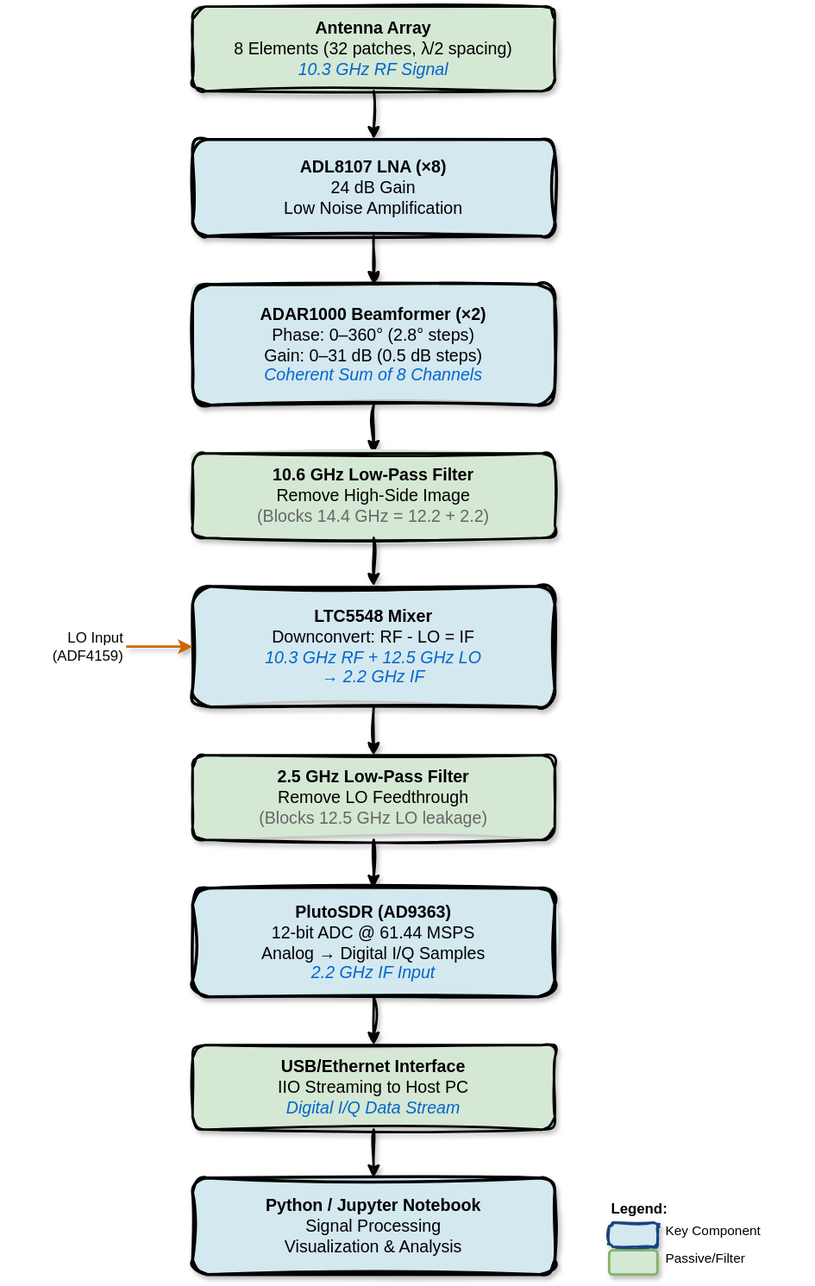
IDerrington/Phaser keeps this draw.io diagram as beam-forming-tutorials/resources/signal-flow-rx.drawio.svg. Above is the earlier version. Source tidied: cells renumbered, new cells last; positions are measured from the earlier drawing's top-left corner, leaving out a move shared by most shapes.
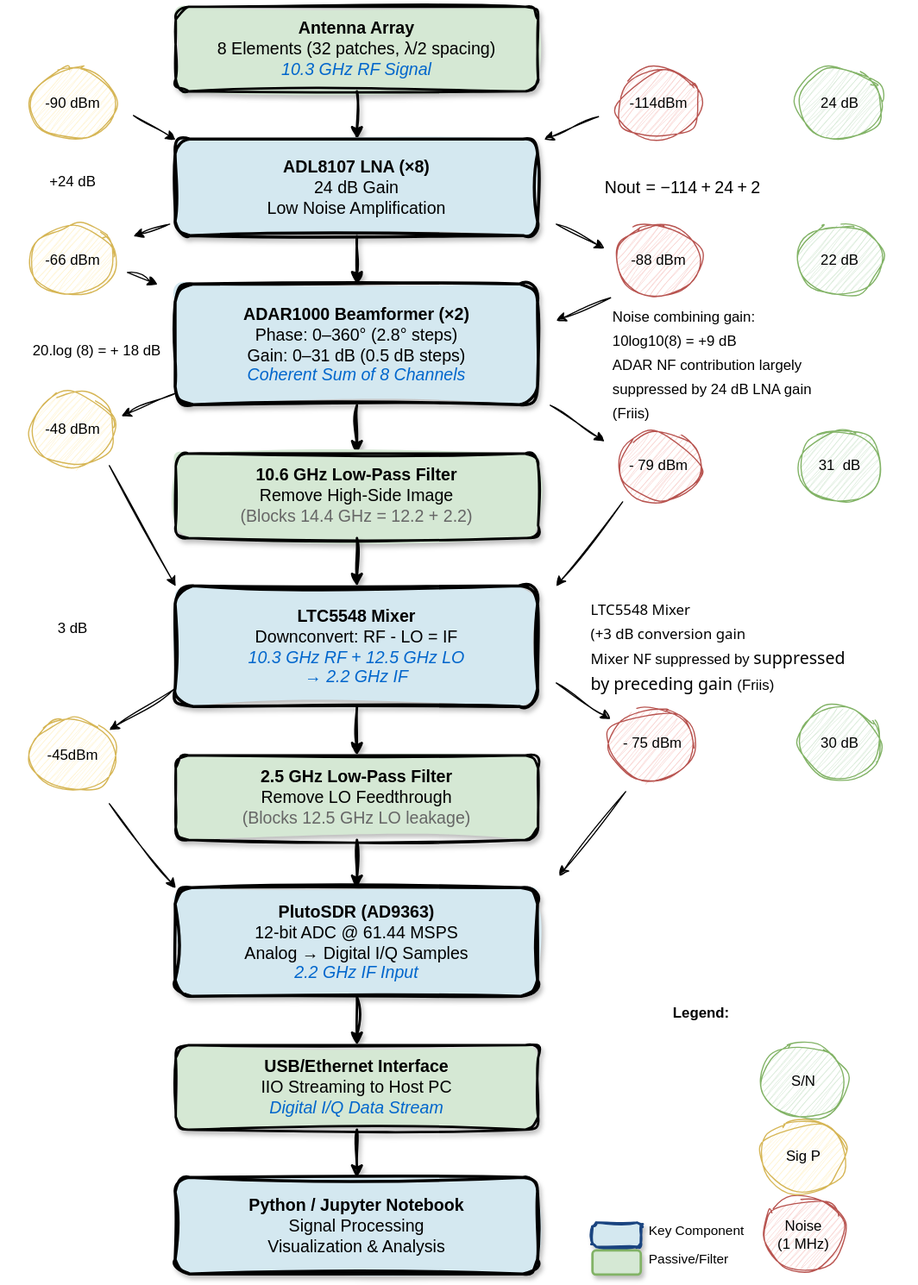
After the commit.

The edit, as a diff of the source:
```diff
@@ -29,12 +29,6 @@
     <mxCell id="10" value="&lt;b&gt;LTC5548 Mixer&lt;/b&gt;&lt;br&gt;Downconvert: RF - LO = IF&lt;br&gt;&lt;i&gt;&lt;font color=&quot;#0066cc&quot;&gt;10.3 GHz RF + 12.5 GHz LO&lt;/font&gt;&lt;/i&gt;&lt;br&gt;&lt;i&gt;&lt;font color=&quot;#0066cc&quot;&gt;→ 2.2 GHz IF&lt;/font&gt;&lt;/i&gt;" style="rounded=1;whiteSpace=wrap;html=1;fillColor=#D4E8F0;strokeColor=#000000;strokeWidth=2.5;fontSize=14;shadow=1;sketch=1;curveFitting=1;jiggle=2;fillStyle=solid;" parent="1" vertex="1">
       <mxGeometry x="155" y="480" width="300" height="100" as="geometry" />
     </mxCell>
-    <mxCell id="11" style="edgeStyle=orthogonalEdgeStyle;rounded=0;jettySize=auto;html=1;exitX=1;exitY=0.5;exitDx=0;exitDy=0;entryX=0;entryY=0.5;entryDx=0;entryDy=0;strokeWidth=2;endArrow=classic;endFill=1;strokeColor=#CC6600;shadow=1;" parent="1" edge="1" source="12" target="10">
-      <mxGeometry relative="1" as="geometry" />
-    </mxCell>
-    <mxCell id="12" value="&lt;font&gt;LO Input&lt;br&gt;(ADF4159)&lt;/font&gt;" style="text;html=1;strokeColor=none;fillColor=none;align=right;verticalAlign=middle;whiteSpace=wrap;rounded=0;fontSize=12;shadow=1;fontColor=#000000;" parent="1" vertex="1">
-      <mxGeometry y="515" width="100" height="30" as="geometry" />
-    </mxCell>
     <mxCell id="13" style="edgeStyle=orthogonalEdgeStyle;rounded=0;jettySize=auto;html=1;exitX=0.5;exitY=1;exitDx=0;exitDy=0;entryX=0.5;entryY=0;entryDx=0;entryDy=0;strokeWidth=2;endArrow=classic;endFill=1;shadow=1;flowAnimation=0;sketch=1;curveFitting=1;jiggle=2;" parent="1" edge="1" source="10" target="14">
       <mxGeometry relative="1" as="geometry" />
     </mxCell>
@@ -60,7 +54,7 @@
       <mxGeometry x="155" y="970" width="300" height="80" as="geometry" />
     </mxCell>
     <mxCell id="21" value="&lt;b&gt;Legend:&lt;/b&gt;" style="text;html=1;strokeColor=none;fillColor=none;align=left;verticalAlign=top;whiteSpace=wrap;rounded=0;fontSize=12;shadow=1;" parent="1" vertex="1">
-      <mxGeometry x="500" y="982" width="100" height="20" as="geometry" />
+      <mxGeometry x="565" y="820" width="100" height="20" as="geometry" />
     </mxCell>
     <mxCell id="22" style="rounded=1;whiteSpace=wrap;html=1;fillColor=#D4E8F0;strokeColor=#1A4480;strokeWidth=2;shadow=1;sketch=1;curveFitting=1;jiggle=2;fillStyle=solid;" parent="1" vertex="1">
       <mxGeometry x="500" y="1007" width="40" height="20" as="geometry" />
@@ -74,5 +68,151 @@
     <mxCell id="25" value="Passive/Filter" style="text;html=1;strokeColor=none;fillColor=none;align=left;verticalAlign=middle;whiteSpace=wrap;rounded=0;fontSize=11;shadow=1;" parent="1" vertex="1">
       <mxGeometry x="545" y="1027" width="120" height="20" as="geometry" />
     </mxCell>
+    <mxCell id="26" value="-66 dBm" style="ellipse;whiteSpace=wrap;html=1;sketch=1;curveFitting=1;jiggle=2;fillColor=#fff2cc;strokeColor=#d6b656;" parent="1" vertex="1">
+      <mxGeometry x="35" y="180" width="70" height="60" as="geometry" />
+    </mxCell>
+    <mxCell id="27" value="-90 dBm" style="ellipse;whiteSpace=wrap;html=1;sketch=1;curveFitting=1;jiggle=2;fillColor=#fff2cc;strokeColor=#d6b656;" parent="1" vertex="1">
+      <mxGeometry x="35" y="50" width="70" height="60" as="geometry" />
+    </mxCell>
+    <mxCell id="28" value="-114dBm" style="ellipse;whiteSpace=wrap;html=1;sketch=1;curveFitting=1;jiggle=2;fillColor=#f8cecc;strokeColor=#b85450;" parent="1" vertex="1">
+      <mxGeometry x="520" y="50" width="70" height="60" as="geometry" />
+    </mxCell>
+    <mxCell id="29" value="-48 dBm" style="ellipse;whiteSpace=wrap;html=1;sketch=1;curveFitting=1;jiggle=2;fillColor=#fff2cc;strokeColor=#d6b656;" parent="1" vertex="1">
+      <mxGeometry x="35" y="320" width="70" height="60" as="geometry" />
+    </mxCell>
+    <mxCell id="30" style="endArrow=classic;html=1;rounded=0;entryX=0;entryY=0;entryDx=0;entryDy=0;sketch=1;curveFitting=1;jiggle=2;" parent="1" edge="1" target="4">
+      <mxGeometry relative="1" as="geometry">
+        <mxPoint x="120" y="90" as="sourcePoint" />
+      </mxGeometry>
+    </mxCell>
+    <mxCell id="31" style="endArrow=classic;html=1;rounded=0;sketch=1;curveFitting=1;jiggle=2;" parent="1" edge="1">
+      <mxGeometry relative="1" as="geometry">
+        <mxPoint x="150" y="180" as="sourcePoint" />
+        <mxPoint x="120" y="190" as="targetPoint" />
+      </mxGeometry>
+    </mxCell>
+    <mxCell id="32" style="endArrow=classic;html=1;rounded=0;sketch=1;curveFitting=1;jiggle=2;" parent="1" edge="1">
+      <mxGeometry relative="1" as="geometry">
+        <mxPoint x="115" y="220" as="sourcePoint" />
+        <mxPoint x="140" y="230" as="targetPoint" />
+      </mxGeometry>
+    </mxCell>
+    <mxCell id="33" style="endArrow=classic;html=1;rounded=0;entryX=1;entryY=0;entryDx=0;entryDy=0;sketch=1;curveFitting=1;jiggle=2;" parent="1" edge="1">
+      <mxGeometry relative="1" as="geometry">
+        <mxPoint x="155" y="320" as="sourcePoint" />
+        <mxPoint x="110" y="339" as="targetPoint" />
+      </mxGeometry>
+    </mxCell>
+    <mxCell id="34" style="endArrow=classic;html=1;rounded=0;entryX=0;entryY=0;entryDx=0;entryDy=0;sketch=1;curveFitting=1;jiggle=2;" parent="1" edge="1" target="10">
+      <mxGeometry relative="1" as="geometry">
+        <mxPoint x="100" y="380" as="sourcePoint" />
+      </mxGeometry>
+    </mxCell>
+    <mxCell id="35" value="-45dBm" style="ellipse;whiteSpace=wrap;html=1;sketch=1;curveFitting=1;jiggle=2;fillColor=#fff2cc;strokeColor=#d6b656;" parent="1" vertex="1">
+      <mxGeometry x="35" y="590" width="70" height="60" as="geometry" />
+    </mxCell>
+    <mxCell id="36" style="endArrow=classic;html=1;rounded=0;entryX=1;entryY=0;entryDx=0;entryDy=0;sketch=1;curveFitting=1;jiggle=2;exitX=-0.006;exitY=0.854;exitDx=0;exitDy=0;exitPerimeter=0;" parent="1" edge="1" source="10">
+      <mxGeometry relative="1" as="geometry">
+        <mxPoint x="100" y="599" as="targetPoint" />
+      </mxGeometry>
+    </mxCell>
+    <mxCell id="37" style="endArrow=classic;html=1;rounded=0;entryX=0;entryY=0;entryDx=0;entryDy=0;sketch=1;curveFitting=1;jiggle=2;" parent="1" edge="1" target="16">
+      <mxGeometry relative="1" as="geometry">
+        <mxPoint x="100" y="660" as="sourcePoint" />
+      </mxGeometry>
+    </mxCell>
+    <mxCell id="38" style="endArrow=classic;html=1;rounded=0;entryX=1;entryY=0;entryDx=0;entryDy=0;sketch=1;curveFitting=1;jiggle=2;" parent="1" edge="1">
+      <mxGeometry relative="1" as="geometry">
+        <mxPoint x="505" y="91" as="sourcePoint" />
+        <mxPoint x="460" y="110" as="targetPoint" />
+      </mxGeometry>
+    </mxCell>
+    <mxCell id="39" value="+24 dB" style="text;html=1;whiteSpace=wrap;strokeColor=none;fillColor=none;align=center;verticalAlign=middle;rounded=0;" parent="1" vertex="1">
+      <mxGeometry x="10" y="130" width="120" height="30" as="geometry" />
+    </mxCell>
+    <mxCell id="40" value="3 dB" style="text;html=1;whiteSpace=wrap;strokeColor=none;fillColor=none;align=center;verticalAlign=middle;rounded=0;" parent="1" vertex="1">
+      <mxGeometry x="10" y="500" width="120" height="30" as="geometry" />
+    </mxCell>
+    <mxCell id="41" value="-88 dBm" style="ellipse;whiteSpace=wrap;html=1;sketch=1;curveFitting=1;jiggle=2;fillColor=#f8cecc;strokeColor=#b85450;" parent="1" vertex="1">
+      <mxGeometry x="520" y="180" width="70" height="60" as="geometry" />
+    </mxCell>
+    <mxCell id="42" value="&lt;div style=&quot;text-align: start; font-size: 14px; line-height: 20px;&quot;&gt;&lt;font face=&quot;Helvetica&quot;&gt;&lt;span class=&quot;base&quot; style=&quot;&quot;&gt;&lt;span class=&quot;mord&quot; style=&quot;&quot;&gt;&lt;span class=&quot;mord mathnormal&quot; style=&quot;margin-right: 0.10903em;&quot;&gt;N&lt;/span&gt;&lt;span class=&quot;msupsub&quot; style=&quot;&quot;&gt;&lt;span class=&quot;vlist-t vlist-t2&quot;&gt;&lt;span class=&quot;vlist-r&quot;&gt;&lt;span class=&quot;vlist&quot; style=&quot;height: 0.2806em;&quot;&gt;&lt;span style=&quot;top: -2.55em; margin-left: -0.109em; margin-right: 0.05em;&quot;&gt;&lt;span class=&quot;pstrut&quot; style=&quot;height: 2.7em;&quot;&gt;&lt;/span&gt;&lt;span class=&quot;sizing reset-size6 size3 mtight&quot;&gt;&lt;span class=&quot;mord mtight&quot;&gt;&lt;span class=&quot;mord mathnormal mtight&quot;&gt;o&lt;/span&gt;&lt;span class=&quot;mord mathnormal mtight&quot;&gt;u&lt;/span&gt;&lt;span class=&quot;mord mathnormal mtight&quot;&gt;t&lt;/span&gt;&lt;/span&gt;&lt;/span&gt;&lt;/span&gt;&lt;/span&gt;&lt;span class=&quot;vlist-s&quot;&gt;​&lt;/span&gt;&lt;/span&gt;&lt;span class=&quot;vlist-r&quot;&gt;&lt;span class=&quot;vlist&quot; style=&quot;height: 0.15em;&quot;&gt;&lt;/span&gt;&lt;/span&gt;&lt;/span&gt;&lt;/span&gt;&lt;/span&gt;&lt;span class=&quot;mspace&quot; style=&quot;margin-right: 0.2778em; margin-right: 0.2778em;&quot;&gt;&lt;/span&gt;&lt;span class=&quot;mrel&quot; style=&quot;&quot;&gt;=&lt;/span&gt;&lt;span class=&quot;mspace&quot; style=&quot;margin-right: 0.2778em; margin-right: 0.2778em;&quot;&gt;&lt;/span&gt;&lt;/span&gt;&lt;span class=&quot;base&quot; style=&quot;&quot;&gt;&lt;span class=&quot;strut&quot; style=&quot;height: 0.7278em; vertical-align: -0.0833em;&quot;&gt;&lt;/span&gt;&lt;span class=&quot;mord&quot;&gt;−&lt;/span&gt;&lt;span class=&quot;mord&quot;&gt;114&lt;/span&gt;&lt;span class=&quot;mspace&quot; style=&quot;margin-right: 0.2222em;&quot;&gt;&lt;/span&gt;&lt;span class=&quot;mbin&quot;&gt;+&lt;/span&gt;&lt;span class=&quot;mspace&quot; style=&quot;margin-right: 0.2222em;&quot;&gt;&lt;/span&gt;&lt;/span&gt;&lt;span class=&quot;base&quot; style=&quot;&quot;&gt;&lt;span class=&quot;strut&quot; style=&quot;height: 0.7278em; vertical-align: -0.0833em;&quot;&gt;&lt;/span&gt;&lt;span class=&quot;mord&quot;&gt;24&lt;/span&gt;&lt;span class=&quot;mspace&quot; style=&quot;margin-right: 0.2222em;&quot;&gt;&lt;/span&gt;&lt;span class=&quot;mbin&quot;&gt;+&lt;/span&gt;&lt;span class=&quot;mspace&quot; style=&quot;margin-right: 0.2222em;&quot;&gt;&lt;/span&gt;&lt;/span&gt;&lt;span class=&quot;base&quot; style=&quot;&quot;&gt;&lt;span class=&quot;strut&quot; style=&quot;height: 0.6444em; height: 0.6444em;&quot;&gt;&lt;/span&gt;&lt;span class=&quot;mord&quot; style=&quot;&quot;&gt;2&lt;/span&gt;&lt;/span&gt;&lt;/font&gt;&lt;/div&gt;" style="text;html=1;whiteSpace=wrap;strokeColor=none;fillColor=none;align=center;verticalAlign=middle;rounded=0;" parent="1" vertex="1">
+      <mxGeometry x="500" y="135" width="150" height="30" as="geometry" />
+    </mxCell>
+    <mxCell id="43" style="endArrow=classic;html=1;rounded=0;sketch=1;curveFitting=1;jiggle=2;" parent="1" edge="1">
+      <mxGeometry relative="1" as="geometry">
+        <mxPoint x="470" y="180" as="sourcePoint" />
+        <mxPoint x="510" y="200" as="targetPoint" />
+      </mxGeometry>
+    </mxCell>
+    <mxCell id="44" value="20.log (8) = + 18 dB" style="text;html=1;whiteSpace=wrap;strokeColor=none;fillColor=none;align=center;verticalAlign=middle;rounded=0;" parent="1" vertex="1">
+      <mxGeometry x="30" y="270" width="120" height="30" as="geometry" />
+    </mxCell>
+    <mxCell id="45" style="endArrow=classic;html=1;rounded=0;entryX=1;entryY=0;entryDx=0;entryDy=0;sketch=1;curveFitting=1;jiggle=2;" parent="1" edge="1">
+      <mxGeometry relative="1" as="geometry">
+        <mxPoint x="515" y="241" as="sourcePoint" />
+        <mxPoint x="470" y="260" as="targetPoint" />
+      </mxGeometry>
+    </mxCell>
+    <mxCell id="46" value="&lt;div style=&quot;text-align: start; font-family: &amp;quot;Segoe UI&amp;quot;; font-size: 14px; line-height: 20px;&quot;&gt;&lt;br&gt;&lt;/div&gt;" style="text;html=1;whiteSpace=wrap;strokeColor=none;fillColor=none;align=center;verticalAlign=middle;rounded=0;" parent="1" vertex="1">
+      <mxGeometry x="500" y="290" width="270" height="30" as="geometry" />
+    </mxCell>
+    <mxCell id="47" value="- 79 dBm" style="ellipse;whiteSpace=wrap;html=1;sketch=1;curveFitting=1;jiggle=2;fillColor=#f8cecc;strokeColor=#b85450;" parent="1" vertex="1">
+      <mxGeometry x="520" y="350" width="70" height="60" as="geometry" />
+    </mxCell>
+    <mxCell id="48" style="endArrow=classic;html=1;rounded=0;sketch=1;curveFitting=1;jiggle=2;" parent="1" edge="1">
+      <mxGeometry relative="1" as="geometry">
+        <mxPoint x="525" y="410" as="sourcePoint" />
+        <mxPoint x="470" y="480" as="targetPoint" />
+      </mxGeometry>
+    </mxCell>
+    <mxCell id="49" value="&lt;div style=&quot;text-align: start; font-family: &amp;quot;Segoe UI&amp;quot;; line-height: 20px;&quot;&gt;&lt;span class=&quot;base&quot; style=&quot;&quot;&gt;&lt;span class=&quot;mord&quot; style=&quot;&quot;&gt;&lt;div&gt;&lt;br&gt;&lt;/div&gt;&lt;div&gt;&lt;span&gt;&lt;/span&gt;&lt;br&gt;&lt;/div&gt;&lt;div&gt;&lt;span&gt;LTC5548 Mixer&lt;/span&gt;&lt;br&gt;&lt;/div&gt;&lt;div&gt;&lt;span&gt;(+3 dB conversion gain&lt;br&gt;Mixer NF&amp;nbsp;&lt;/span&gt;&lt;span style=&quot;font-family: Helvetica; background-color: transparent; color: light-dark(rgb(0, 0, 0), rgb(255, 255, 255));&quot;&gt;suppressed by&amp;nbsp;&lt;/span&gt;&lt;span style=&quot;font-size: 14px; background-color: transparent; color: light-dark(rgb(0, 0, 0), rgb(255, 255, 255));&quot;&gt;suppressed by preceding gain&amp;nbsp;&lt;/span&gt;&lt;span style=&quot;font-family: Helvetica; background-color: transparent; color: light-dark(rgb(0, 0, 0), rgb(255, 255, 255));&quot;&gt;(Friis)&lt;/span&gt;&lt;/div&gt;&lt;div&gt;&lt;span&gt;&lt;/span&gt;&lt;br&gt;&lt;/div&gt;&lt;div&gt;&lt;br&gt;&lt;/div&gt;&lt;/span&gt;&lt;/span&gt;&lt;/div&gt;" style="text;html=1;whiteSpace=wrap;strokeColor=none;fillColor=none;align=center;verticalAlign=middle;rounded=0;" parent="1" vertex="1">
+      <mxGeometry x="497.5" y="500" width="222.5" height="60" as="geometry" />
+    </mxCell>
+    <mxCell id="50" value="- 75 dBm" style="ellipse;whiteSpace=wrap;html=1;sketch=1;curveFitting=1;jiggle=2;fillColor=#f8cecc;strokeColor=#b85450;" parent="1" vertex="1">
+      <mxGeometry x="515" y="580" width="70" height="60" as="geometry" />
+    </mxCell>
+    <mxCell id="51" style="endArrow=classic;html=1;rounded=0;sketch=1;curveFitting=1;jiggle=2;" parent="1" edge="1">
+      <mxGeometry relative="1" as="geometry">
+        <mxPoint x="465" y="330" as="sourcePoint" />
+        <mxPoint x="510" y="360" as="targetPoint" />
+      </mxGeometry>
+    </mxCell>
+    <mxCell id="52" style="endArrow=classic;html=1;rounded=0;sketch=1;curveFitting=1;jiggle=2;" parent="1" edge="1">
+      <mxGeometry relative="1" as="geometry">
+        <mxPoint x="470" y="560" as="sourcePoint" />
+        <mxPoint x="515" y="590" as="targetPoint" />
+      </mxGeometry>
+    </mxCell>
+    <mxCell id="53" style="endArrow=classic;html=1;rounded=0;sketch=1;curveFitting=1;jiggle=2;" parent="1" edge="1">
+      <mxGeometry relative="1" as="geometry">
+        <mxPoint x="527.5" y="650" as="sourcePoint" />
+        <mxPoint x="472.5" y="720" as="targetPoint" />
+      </mxGeometry>
+    </mxCell>
+    <mxCell id="54" value="Noise&lt;br&gt;(1 MHz)" style="ellipse;whiteSpace=wrap;html=1;sketch=1;curveFitting=1;jiggle=2;fillColor=#f8cecc;strokeColor=#b85450;" parent="1" vertex="1">
+      <mxGeometry x="640" y="987" width="70" height="60" as="geometry" />
+    </mxCell>
+    <mxCell id="55" value="&lt;div style=&quot;font-style: normal; font-weight: 400; line-height: 20px;&quot;&gt;&lt;div class=&quot;___1sql8mq f1rh9g5y f11qrl6u f19n0e5 fibxuh5 f4fkekg&quot; style=&quot;&quot;&gt;&lt;div style=&quot;&quot;&gt;&lt;font face=&quot;Helvetica&quot;&gt;Noise combining gain:&lt;br&gt;&lt;/font&gt;&lt;/div&gt;&lt;div style=&quot;&quot;&gt;&lt;span&gt;&lt;font face=&quot;Helvetica&quot;&gt;10log10(8) = +9 dB&lt;/font&gt;&lt;/span&gt;&lt;/div&gt;&lt;div style=&quot;&quot;&gt;&lt;font face=&quot;Helvetica&quot;&gt;&lt;span&gt;ADAR NF contribution largely&lt;/span&gt;&lt;br&gt;&lt;/font&gt;&lt;/div&gt;&lt;div style=&quot;&quot;&gt;&lt;font face=&quot;Helvetica&quot;&gt;&lt;span&gt;suppressed by 24 dB LNA gain&lt;/span&gt;&lt;br&gt;&lt;/font&gt;&lt;/div&gt;&lt;div style=&quot;&quot;&gt;&lt;font face=&quot;Helvetica&quot;&gt;(Friis)&lt;/font&gt;&lt;/div&gt;&lt;/div&gt;&lt;/div&gt;" style="text;whiteSpace=wrap;html=1;" parent="1" vertex="1">
+      <mxGeometry x="515" y="240" width="220" height="110" as="geometry" />
+    </mxCell>
+    <mxCell id="56" value="Sig P" style="ellipse;whiteSpace=wrap;html=1;sketch=1;curveFitting=1;jiggle=2;fillColor=#fff2cc;strokeColor=#d6b656;" parent="1" vertex="1">
+      <mxGeometry x="640" y="922" width="70" height="60" as="geometry" />
+    </mxCell>
+    <mxCell id="57" value="24 dB" style="ellipse;whiteSpace=wrap;html=1;sketch=1;curveFitting=1;jiggle=2;fillColor=#d5e8d4;strokeColor=#82b366;" parent="1" vertex="1">
+      <mxGeometry x="670" y="50" width="70" height="60" as="geometry" />
+    </mxCell>
+    <mxCell id="58" value="22 dB" style="ellipse;whiteSpace=wrap;html=1;sketch=1;curveFitting=1;jiggle=2;fillColor=#d5e8d4;strokeColor=#82b366;" parent="1" vertex="1">
+      <mxGeometry x="670" y="180" width="70" height="60" as="geometry" />
+    </mxCell>
+    <mxCell id="59" value="31&amp;nbsp; dB" style="ellipse;whiteSpace=wrap;html=1;sketch=1;curveFitting=1;jiggle=2;fillColor=#d5e8d4;strokeColor=#82b366;" parent="1" vertex="1">
+      <mxGeometry x="670" y="350" width="70" height="60" as="geometry" />
+    </mxCell>
+    <mxCell id="60" value="30 dB" style="ellipse;whiteSpace=wrap;html=1;sketch=1;curveFitting=1;jiggle=2;fillColor=#d5e8d4;strokeColor=#82b366;" parent="1" vertex="1">
+      <mxGeometry x="670" y="580" width="70" height="60" as="geometry" />
+    </mxCell>
+    <mxCell id="61" value="S/N" style="ellipse;whiteSpace=wrap;html=1;sketch=1;curveFitting=1;jiggle=2;fillColor=#d5e8d4;strokeColor=#82b366;" parent="1" vertex="1">
+      <mxGeometry x="640" y="860" width="70" height="60" as="geometry" />
+    </mxCell>
   </root>
 </mxGraphModel>
```
